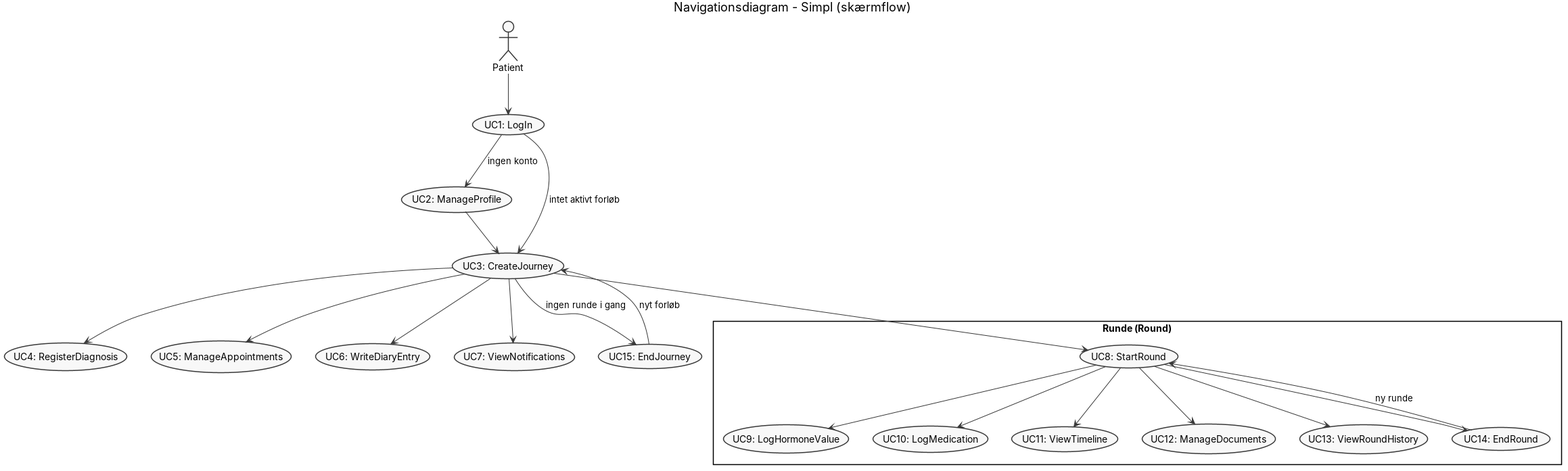
Earlier version of the PlantUML export doc/dynamic/Navigation.png (BesimaP/Simpl-PET-project). Its source is kept beside it as doc/dynamic/Navigation.puml. Source of this version:
```plantuml
@startuml
!pragma layout smetana
skinparam shadowing false
skinparam monochrome true
skinparam defaultFontName Arial

title Navigationsdiagram - Simpl (skærmflow)

actor "Patient" as u

usecase "UC1: LogIn" as UC1
usecase "UC2: ManageProfile" as UC2
usecase "UC3: CreateJourney" as UC3

usecase "UC4: RegisterDiagnosis" as UC4
usecase "UC5: ManageAppointments" as UC5
usecase "UC6: WriteDiaryEntry" as UC6
usecase "UC7: ViewNotifications" as UC7

rectangle "Runde (Round)" {
  usecase "UC8: StartRound" as UC8
  usecase "UC9: LogHormoneValue" as UC9
  usecase "UC10: LogMedication" as UC10
  usecase "UC11: ViewTimeline" as UC11
  usecase "UC12: ManageDocuments" as UC12
  usecase "UC13: ViewRoundHistory" as UC13
  usecase "UC14: EndRound" as UC14
}

usecase "UC15: EndJourney" as UC15

u --> UC1

UC1 --> UC2 : ingen konto
UC1 --> UC3 : intet aktivt forløb
UC2 --> UC3

UC3 --> UC4
UC3 --> UC5
UC3 --> UC6
UC3 --> UC7
UC3 --> UC8

UC8 --> UC9
UC8 --> UC10
UC8 --> UC11
UC8 --> UC12
UC8 --> UC13
UC8 --> UC14

UC14 --> UC8 : ny runde

UC3 --> UC15 : ingen runde i gang
UC15 --> UC3 : nyt forløb

@enduml
```
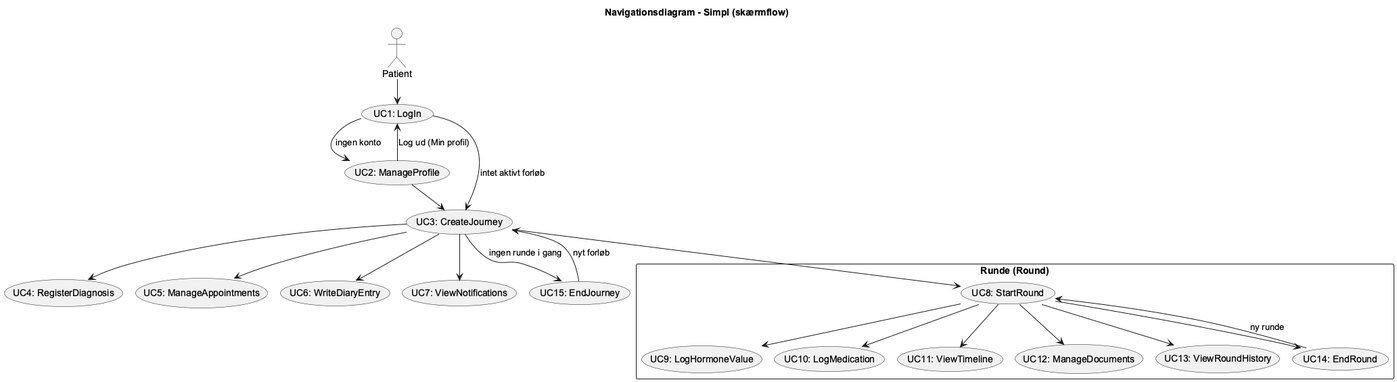
The same diagram one commit later.

Change to the diagram source:
```diff
@@ -53,4 +53,6 @@
 UC3 --> UC15 : ingen runde i gang
 UC15 --> UC3 : nyt forløb
 
+UC2 --> UC1 : Log ud (Min profil)
+
 @enduml
```
